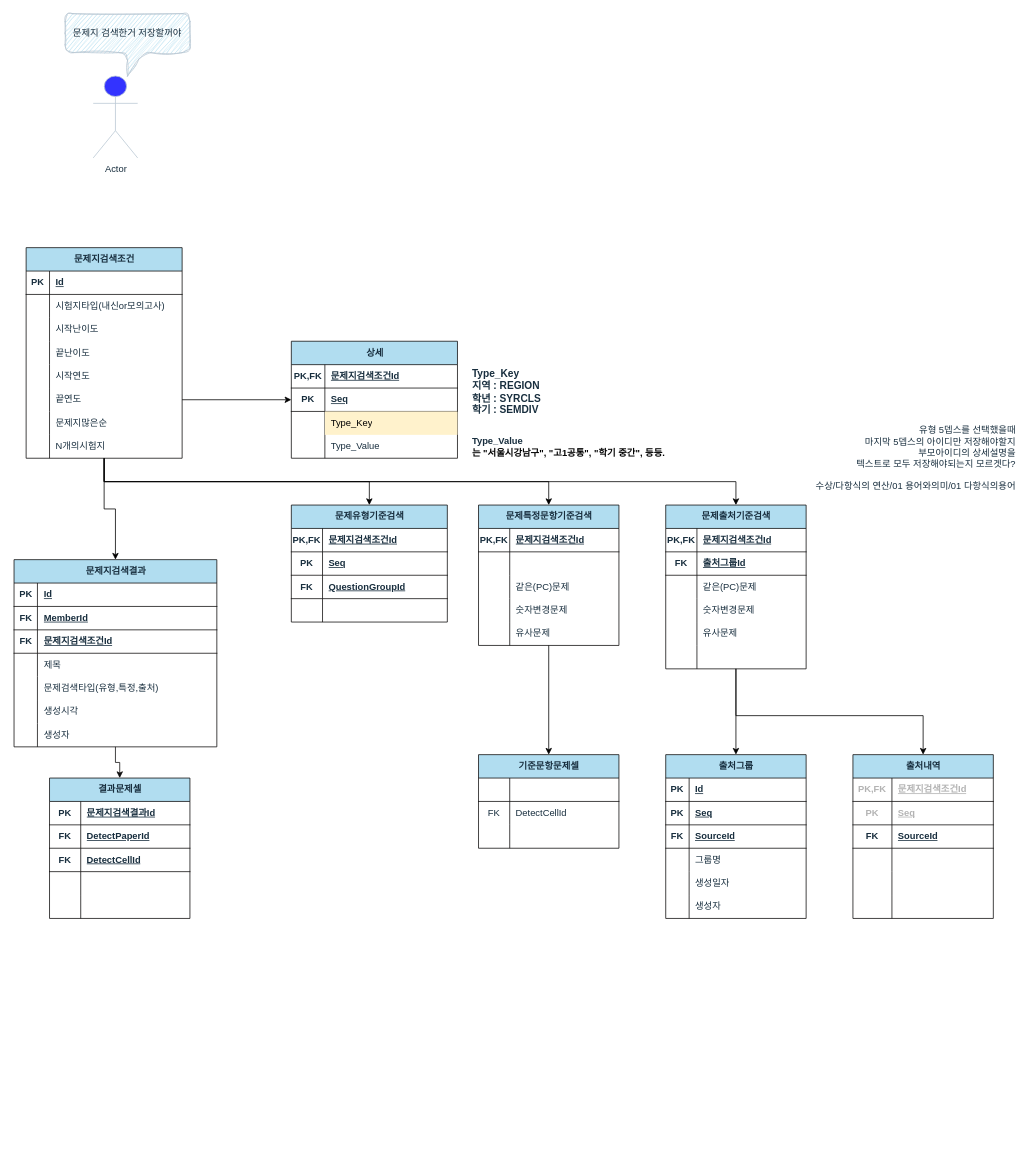
Earlier version of the draw.io diagram 문제지 검색.drawio (hyeonzx/Search-ExamPaper). Source tidied: cells renumbered, new cells numbered last; positions are measured from the earlier drawing's top-left corner, leaving out a move shared by most shapes. Both pictures are drawn from the tidied source at 78%, with x=0, y=0 at pixel (13, 13).
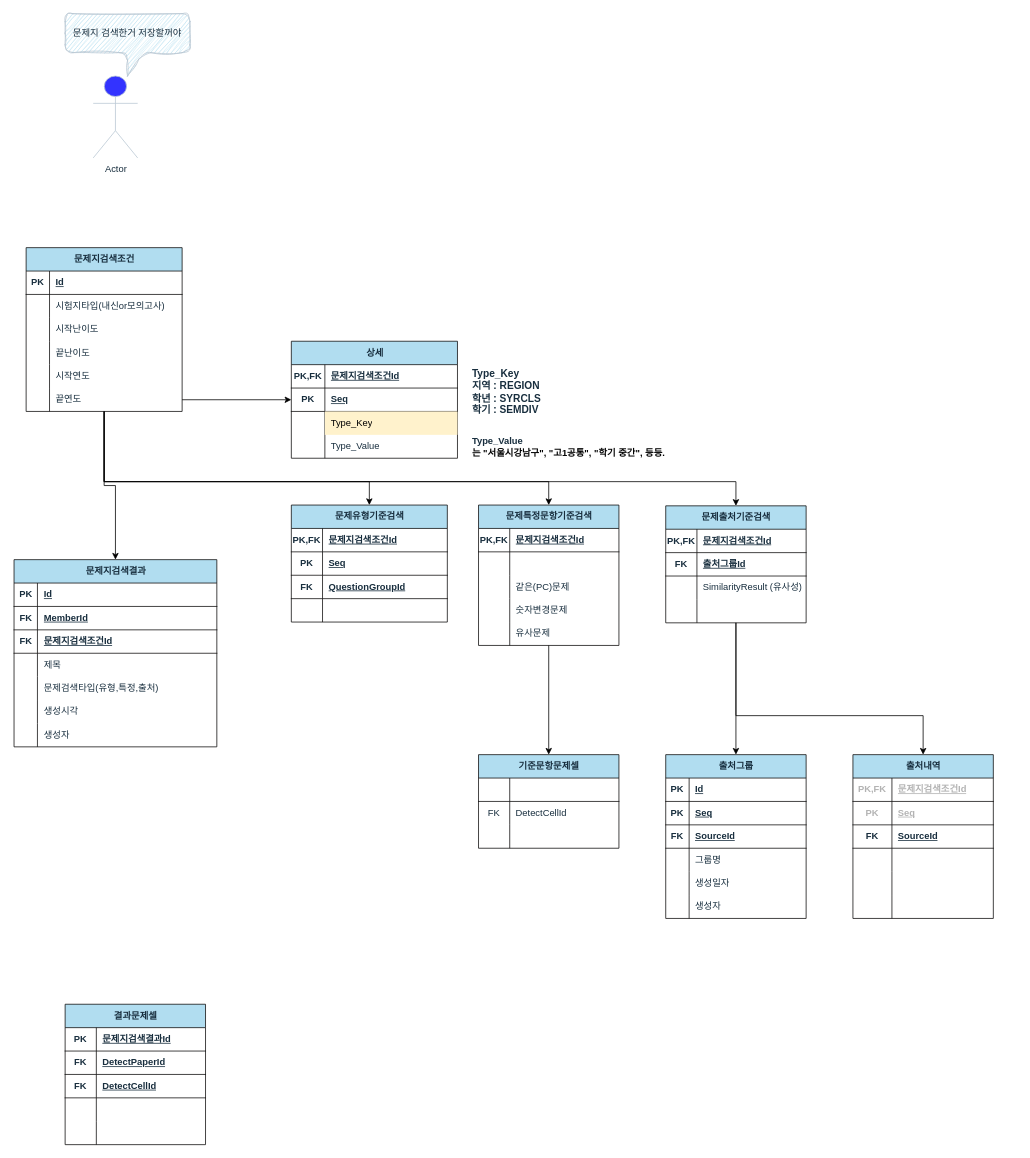
Above is the later version.

Commit message:
문제지 검색.drawio 업데이트

The change refers to these unchanged cells:
```xml
<mxCell id="25" style="shape=tableRow;horizontal=0;startSize=0;swimlaneHead=0;swimlaneBody=0;fillColor=none;top=0;left=0;right=0;bottom=0;hachureGap=4;fontFamily=Helvetica;labelBackgroundColor=none;strokeColor=#100f0f;fontColor=#182E3E;rounded=0;" parent="18" vertex="1">
  <mxGeometry y="90" width="180" height="30" as="geometry" />
</mxCell>
<mxCell id="53" value="문제지검색결과" style="shape=table;startSize=30;childLayout=tableLayout;rowLines=0;fontStyle=1;align=center;html=1;hachureGap=4;fontFamily=Helvetica;swimlaneLine=1;labelBackgroundColor=none;fillColor=#B1DDF0;strokeColor=#100f0f;fontColor=#182E3E;rounded=0;" parent="1" vertex="1">
  <mxGeometry x="0.5" y="700" width="260" height="240" as="geometry" />
</mxCell>
```

Diff of the diagram source:
```diff
@@
     <mxCell id="2" value="결과문제셀" style="shape=table;startSize=30;childLayout=tableLayout;rowLines=0;fontStyle=1;align=center;html=1;hachureGap=4;fontFamily=Helvetica;swimlaneLine=1;labelBackgroundColor=none;fillColor=#B1DDF0;strokeColor=#100f0f;fontColor=#182E3E;rounded=0;" parent="1" vertex="1">
-      <mxGeometry x="46" y="980" width="180" height="180" as="geometry" />
+      <mxGeometry x="66" y="1270" width="180" height="180" as="geometry" />
     </mxCell>
@@
     <mxCell id="18" value="문제출처기준검색" style="shape=table;startSize=30;childLayout=tableLayout;rowLines=0;fontStyle=1;align=center;html=1;hachureGap=4;fontFamily=Helvetica;swimlaneLine=1;labelBackgroundColor=none;fillColor=#B1DDF0;strokeColor=#100f0f;fontColor=#182E3E;rounded=0;" parent="1" vertex="1">
-      <mxGeometry x="836" y="630" width="180" height="210" as="geometry" />
+      <mxGeometry x="836" y="631" width="180" height="150" as="geometry" />
     </mxCell>
@@
-    <mxCell id="27" value="같은(PC)문제" style="shape=partialRectangle;fillColor=none;top=0;left=0;bottom=0;right=0;align=left;spacingLeft=6;overflow=hidden;whiteSpace=wrap;html=1;hachureGap=4;fontFamily=Helvetica;labelBackgroundColor=none;strokeColor=#100f0f;fontColor=#182E3E;rounded=0;" parent="25" vertex="1">
+    <mxCell id="27" value="SimilarityResult (유사성)" style="shape=partialRectangle;fillColor=none;top=0;left=0;bottom=0;right=0;align=left;spacingLeft=6;overflow=hidden;whiteSpace=wrap;html=1;hachureGap=4;fontFamily=Helvetica;labelBackgroundColor=none;strokeColor=#100f0f;fontColor=#182E3E;rounded=0;" parent="25" vertex="1">
       <mxGeometry x="40" width="140" height="30" as="geometry" />
     </mxCell>
-    <mxCell id="28" style="shape=tableRow;horizontal=0;startSize=0;swimlaneHead=0;swimlaneBody=0;fillColor=none;top=0;left=0;right=0;bottom=0;hachureGap=4;fontFamily=Helvetica;labelBackgroundColor=none;strokeColor=#100f0f;fontColor=#182E3E;rounded=0;" parent="18" vertex="1">
-      <mxGeometry y="120" width="180" height="30" as="geometry" />
-    </mxCell>
-    <mxCell id="29" style="shape=partialRectangle;fillColor=none;top=0;left=0;bottom=0;right=0;overflow=hidden;whiteSpace=wrap;html=1;hachureGap=4;fontFamily=Helvetica;labelBackgroundColor=none;strokeColor=#100f0f;fontColor=#182E3E;rounded=0;" parent="28" vertex="1">
-      <mxGeometry width="40" height="30" as="geometry" />
-    </mxCell>
-    <mxCell id="30" value="숫자변경문제" style="shape=partialRectangle;fillColor=none;top=0;left=0;bottom=0;right=0;align=left;spacingLeft=6;overflow=hidden;whiteSpace=wrap;html=1;hachureGap=4;fontFamily=Helvetica;labelBackgroundColor=none;strokeColor=#100f0f;fontColor=#182E3E;rounded=0;" parent="28" vertex="1">
-      <mxGeometry x="40" width="140" height="30" as="geometry" />
-    </mxCell>
-    <mxCell id="31" style="shape=tableRow;horizontal=0;startSize=0;swimlaneHead=0;swimlaneBody=0;fillColor=none;top=0;left=0;right=0;bottom=0;hachureGap=4;fontFamily=Helvetica;labelBackgroundColor=none;strokeColor=#100f0f;fontColor=#182E3E;rounded=0;" parent="18" vertex="1">
-      <mxGeometry y="150" width="180" height="30" as="geometry" />
-    </mxCell>
-    <mxCell id="32" style="shape=partialRectangle;fillColor=none;top=0;left=0;bottom=0;right=0;overflow=hidden;whiteSpace=wrap;html=1;hachureGap=4;fontFamily=Helvetica;labelBackgroundColor=none;strokeColor=#100f0f;fontColor=#182E3E;rounded=0;" parent="31" vertex="1">
-      <mxGeometry width="40" height="30" as="geometry" />
-    </mxCell>
-    <mxCell id="33" value="유사문제" style="shape=partialRectangle;fillColor=none;top=0;left=0;bottom=0;right=0;align=left;spacingLeft=6;overflow=hidden;whiteSpace=wrap;html=1;hachureGap=4;fontFamily=Helvetica;labelBackgroundColor=none;strokeColor=#100f0f;fontColor=#182E3E;rounded=0;" parent="31" vertex="1">
-      <mxGeometry x="40" width="140" height="30" as="geometry" />
-    </mxCell>
     <mxCell id="34" style="shape=tableRow;horizontal=0;startSize=0;swimlaneHead=0;swimlaneBody=0;fillColor=none;top=0;left=0;right=0;bottom=0;hachureGap=4;fontFamily=Helvetica;labelBackgroundColor=none;strokeColor=#100f0f;fontColor=#182E3E;rounded=0;" parent="18" vertex="1">
-      <mxGeometry y="180" width="180" height="30" as="geometry" />
+      <mxGeometry y="120" width="180" height="30" as="geometry" />
     </mxCell>
@@
     <mxCell id="88" value="문제지검색조건" style="shape=table;startSize=30;childLayout=tableLayout;rowLines=0;fontStyle=1;align=center;html=1;hachureGap=4;fontFamily=Helvetica;swimlaneLine=1;labelBackgroundColor=none;fillColor=#B1DDF0;strokeColor=#100f0f;fontColor=#182E3E;rounded=0;shadow=0;" parent="1" vertex="1">
-      <mxGeometry x="16" y="300" width="200" height="270" as="geometry" />
+      <mxGeometry x="16" y="300" width="200" height="210" as="geometry" />
     </mxCell>
@@
-    <mxCell id="107" style="shape=tableRow;horizontal=0;startSize=0;swimlaneHead=0;swimlaneBody=0;fillColor=none;top=0;left=0;right=0;bottom=0;hachureGap=4;fontFamily=Helvetica;labelBackgroundColor=none;strokeColor=#100f0f;fontColor=#182E3E;rounded=0;shadow=0;" parent="88" vertex="1">
-      <mxGeometry y="210" width="200" height="30" as="geometry" />
-    </mxCell>
-    <mxCell id="108" style="shape=partialRectangle;fillColor=none;top=0;left=0;bottom=0;right=0;overflow=hidden;whiteSpace=wrap;html=1;hachureGap=4;fontFamily=Helvetica;labelBackgroundColor=none;strokeColor=#100f0f;fontColor=#182E3E;rounded=0;shadow=0;" parent="107" vertex="1">
-      <mxGeometry width="30" height="30" as="geometry" />
-    </mxCell>
-    <mxCell id="109" value="문제지많은순" style="shape=partialRectangle;fillColor=none;top=0;left=0;bottom=0;right=0;align=left;spacingLeft=6;overflow=hidden;whiteSpace=wrap;html=1;hachureGap=4;fontFamily=Helvetica;labelBackgroundColor=none;strokeColor=#100f0f;fontColor=#182E3E;rounded=0;shadow=0;" parent="107" vertex="1">
-      <mxGeometry x="30" width="170" height="30" as="geometry" />
-    </mxCell>
-    <mxCell id="110" style="shape=tableRow;horizontal=0;startSize=0;swimlaneHead=0;swimlaneBody=0;fillColor=none;top=0;left=0;right=0;bottom=0;hachureGap=4;fontFamily=Helvetica;labelBackgroundColor=none;strokeColor=#100f0f;fontColor=#182E3E;rounded=0;shadow=0;" parent="88" vertex="1">
-      <mxGeometry y="240" width="200" height="30" as="geometry" />
-    </mxCell>
-    <mxCell id="111" style="shape=partialRectangle;fillColor=none;top=0;left=0;bottom=0;right=0;overflow=hidden;whiteSpace=wrap;html=1;hachureGap=4;fontFamily=Helvetica;labelBackgroundColor=none;strokeColor=#100f0f;fontColor=#182E3E;rounded=0;shadow=0;" parent="110" vertex="1">
-      <mxGeometry width="30" height="30" as="geometry" />
-    </mxCell>
-    <mxCell id="112" value="N개의시험지" style="shape=partialRectangle;fillColor=none;top=0;left=0;bottom=0;right=0;align=left;spacingLeft=6;overflow=hidden;whiteSpace=wrap;html=1;hachureGap=4;fontFamily=Helvetica;labelBackgroundColor=none;strokeColor=#100f0f;fontColor=#182E3E;rounded=0;shadow=0;" parent="110" vertex="1">
-      <mxGeometry x="30" width="170" height="30" as="geometry" />
-    </mxCell>
@@
-    <mxCell id="142" style="edgeStyle=orthogonalEdgeStyle;rounded=0;hachureGap=4;jettySize=auto;html=1;fontFamily=Architects Daughter;labelBackgroundColor=none;strokeColor=#100f0f;fontColor=default;" parent="1" edge="1" source="53" target="2">
-      <mxGeometry relative="1" as="geometry" />
-    </mxCell>
@@
-    <mxCell id="157" value="유형 5뎁스를 선택했을때&lt;div&gt;마지막 5뎁스의 아이디만 저장해야할지&lt;/div&gt;&lt;div&gt;부모아이디의 상세설명을&lt;/div&gt;&lt;div&gt;텍스트로 모두 저장해야되는지 모르겟다?&lt;/div&gt;&lt;div&gt;&lt;br&gt;&lt;/div&gt;&lt;div&gt;수상/다항식의 연산/01 용어와의미/01 다항식의용어&lt;/div&gt;" style="text;html=1;align=right;verticalAlign=middle;strokeColor=none;fillColor=none;fontColor=#182E3E;" parent="1" vertex="1">
-      <mxGeometry x="986" y="520" width="300" height="100" as="geometry" />
-    </mxCell>
```
